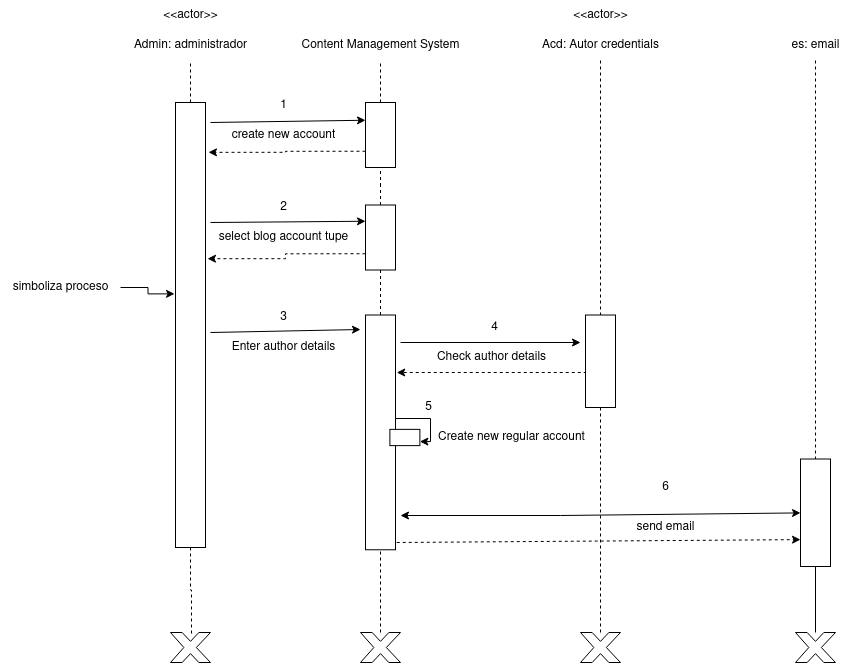
The draw.io diagram diagrama_secuencia/ejemplo1_diagrama_secuencia.drawio.png in liliguoz/ETS, before a commit. Source tidied: cells renumbered, new cells last; positions are measured from the earlier drawing's top-left corner, leaving out a move shared by most shapes.
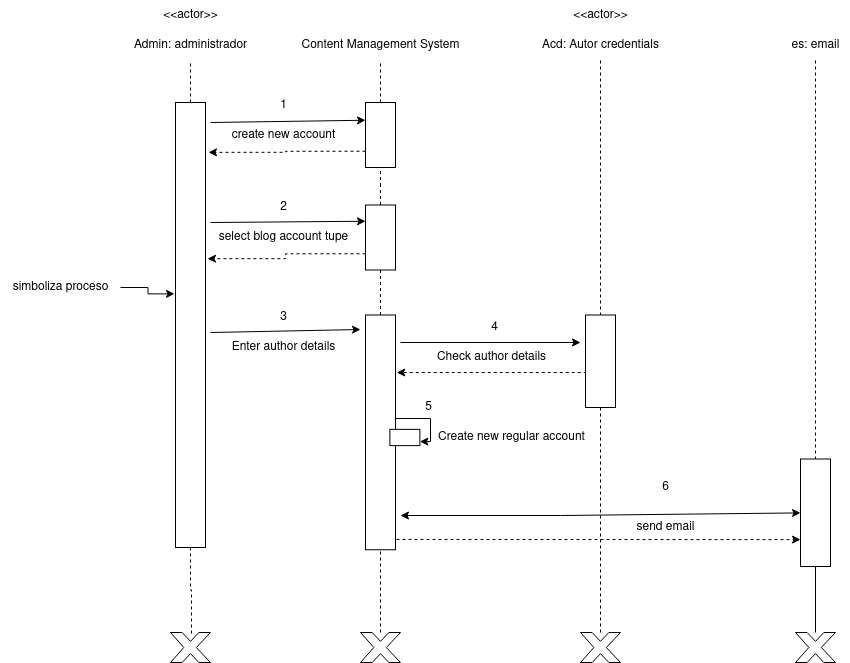
Later version of the same file.

What changed in the source:
```diff
@@ -176,10 +176,8 @@
         </Array>
       </mxGeometry>
     </mxCell>
-    <mxCell id="52" style="edgeStyle=none;jettySize=auto;html=1;rounded=0;entryX=0.75;entryY=1;entryDx=0;entryDy=0;dashed=1;" parent="1" edge="1" target="40">
-      <mxGeometry relative="1" as="geometry">
-        <mxPoint x="428.2" y="542" as="sourcePoint" />
-      </mxGeometry>
+    <mxCell id="52" style="edgeStyle=none;jettySize=auto;html=1;rounded=0;entryX=0.75;entryY=1;entryDx=0;entryDy=0;dashed=1;exitX=0.956;exitY=-0.033;exitDx=0;exitDy=0;exitPerimeter=0;" parent="1" edge="1" source="25" target="40">
+      <mxGeometry relative="1" as="geometry" />
     </mxCell>
   </root>
 </mxGraphModel>
```
